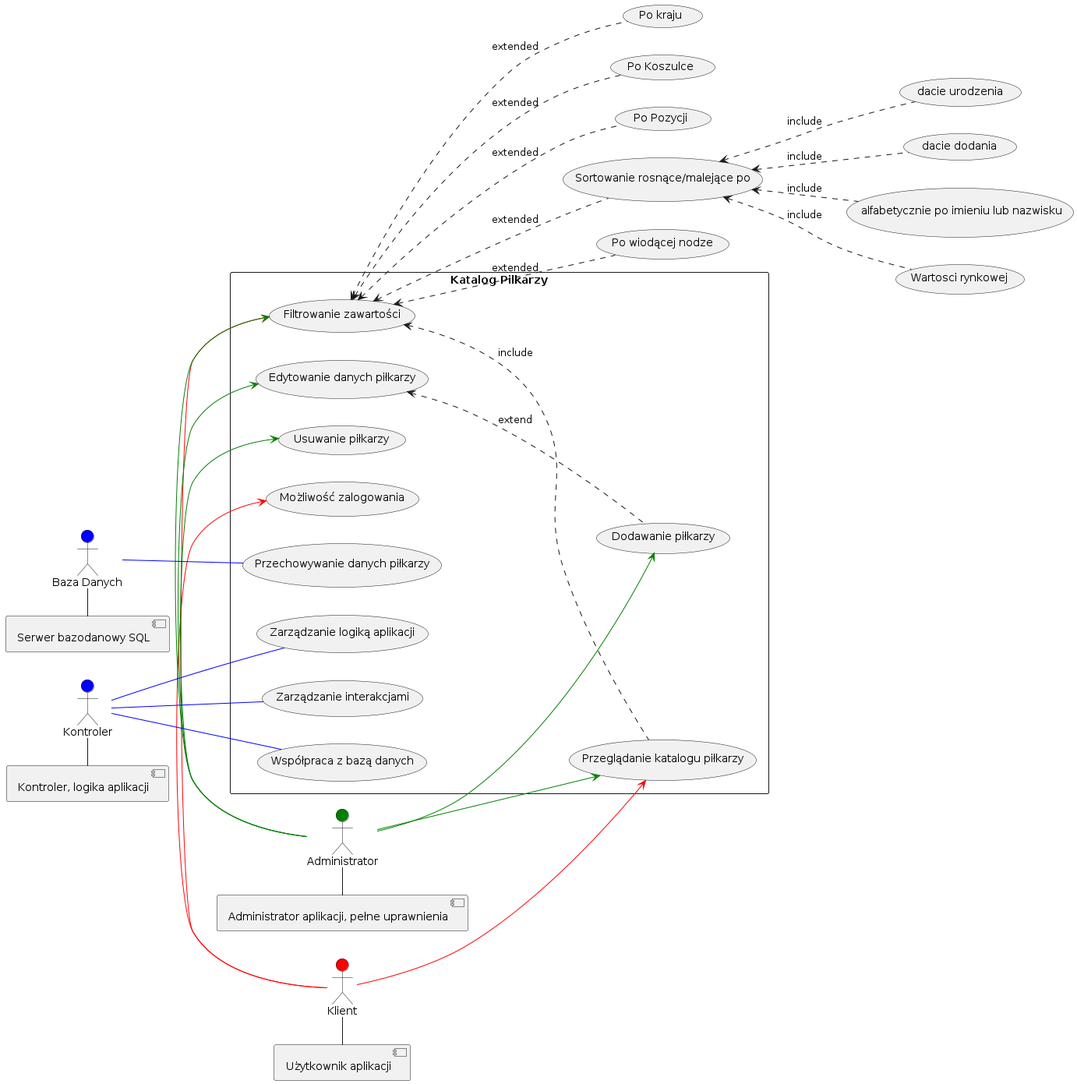
Earlier version of the PlantUML export src/images/diagramy/uzycia.png (zsoit/zpo-sprawozdanie-latex). The source it was exported from:
```plantuml
@startuml DiagramUzycia
skinparam package {
    BackgroundColor White
}

left to right direction


actor Klient as User #Red
actor Administrator as Admin  #Green
actor "Baza Danych" as Database  #Blue
actor "Kontroler" as Controller #Blue

rectangle "Katalog Pilkarzy" {
    User -> (Przeglądanie katalogu piłkarzy) #Red
    User -> (Filtrowanie zawartości) #Red
    User -> (Możliwość zalogowania) #Red


    Admin -> (Przeglądanie katalogu piłkarzy) #Green
    Admin -> (Filtrowanie zawartości) #Green
    Admin -> (Dodawanie piłkarzy) #Green
    Admin -> (Edytowanie danych piłkarzy) #Green
    Admin -> (Usuwanie piłkarzy) #Green

    Database -- (Przechowywanie danych piłkarzy) #Blue
    Controller -- (Zarządzanie interakcjami) #Blue
    Controller -- (Współpraca z bazą danych) #Blue
    Controller -- (Zarządzanie logiką aplikacji) #Blue
}

User - [Użytkownik aplikacji]
Admin - [Administrator aplikacji, pełne uprawnienia]
Database - [Serwer bazodanowy SQL]
Controller - [Kontroler, logika aplikacji]


[Przeglądanie katalogu piłkarzy] .up.> (Filtrowanie zawartości) : include
[Dodawanie piłkarzy] .up.> (Edytowanie danych piłkarzy) : extend

[Filtrowanie zawartości] <.down. (Sortowanie rosnące/malejące po): extended
[Filtrowanie zawartości] <.down. (Po wiodącej nodze): extended
[Filtrowanie zawartości] <.down. (Po kraju): extended
[Filtrowanie zawartości] <.down. (Po Koszulce): extended
[Filtrowanie zawartości] <.down. (Po Pozycji): extended

[Sortowanie rosnące/malejące po] <.down. ( dacie urodzenia): include
[Sortowanie rosnące/malejące po] <.down. ( dacie dodania): include
[Sortowanie rosnące/malejące po] <.down. ( alfabetycznie po imieniu lub nazwisku): include
[Sortowanie rosnące/malejące po] <.down. (Wartosci rynkowej): include




@enduml
```
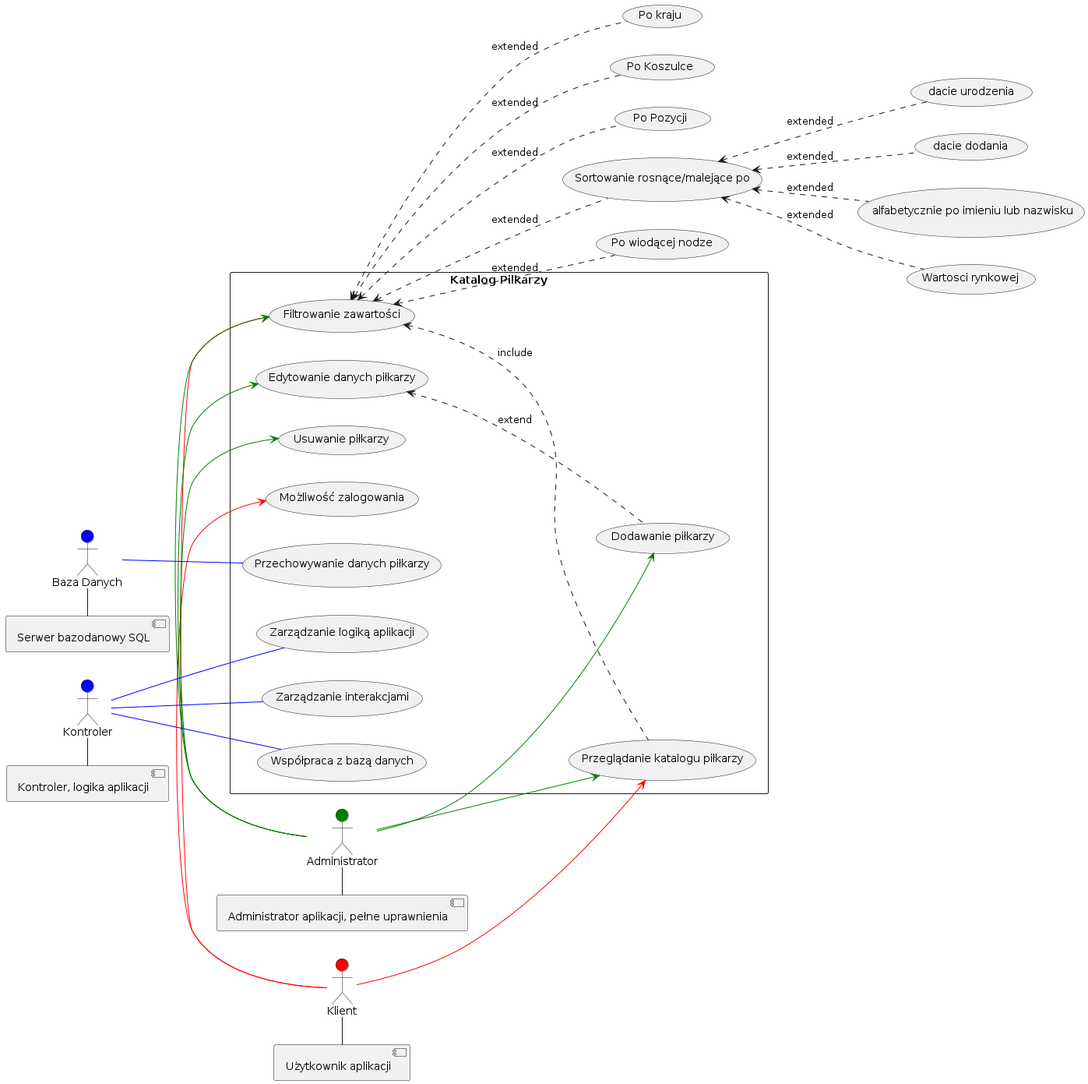
The same diagram one commit later.

Commit message:
Diagram uzycia poprawiony

Change to the diagram source:
```diff
@@ -44,10 +44,10 @@
 [Filtrowanie zawartości] <.down. (Po Koszulce): extended
 [Filtrowanie zawartości] <.down. (Po Pozycji): extended
 
-[Sortowanie rosnące/malejące po] <.down. ( dacie urodzenia): include
-[Sortowanie rosnące/malejące po] <.down. ( dacie dodania): include
-[Sortowanie rosnące/malejące po] <.down. ( alfabetycznie po imieniu lub nazwisku): include
-[Sortowanie rosnące/malejące po] <.down. (Wartosci rynkowej): include
+[Sortowanie rosnące/malejące po] <.down. ( dacie urodzenia): extended
+[Sortowanie rosnące/malejące po] <.down. ( dacie dodania): extended
+[Sortowanie rosnące/malejące po] <.down. ( alfabetycznie po imieniu lub nazwisku): extended
+[Sortowanie rosnące/malejące po] <.down. (Wartosci rynkowej): extended
 
 
 
```
